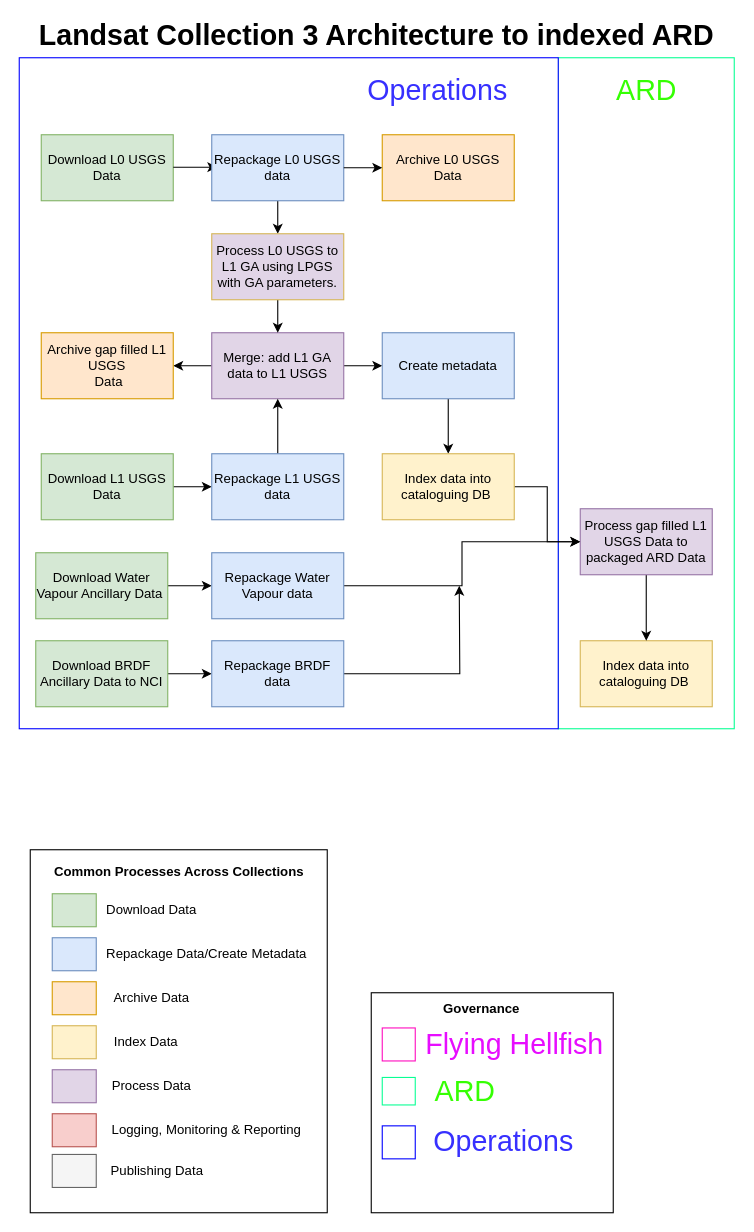
Above: collection3/c3dataflow.drawio in dunkgray/dea-document-images (draw.io), before the change. Source tidied: cells renumbered, new cells numbered last; positions are measured from the earlier drawing's top-left corner, leaving out a move shared by most shapes. Both pictures are drawn from the tidied source at 110%, with x=0, y=0 at pixel (19, 24).
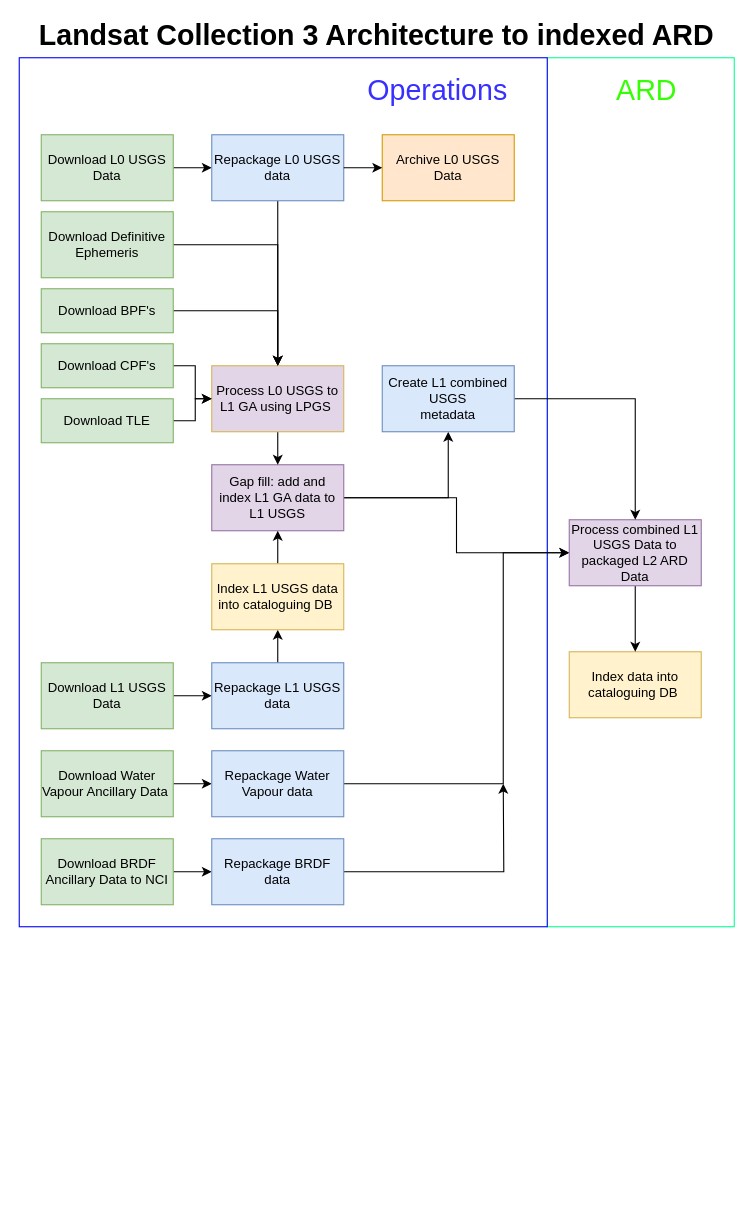
The same page after the edit.

Unchanged cells that the change refers to:
```xml
<mxCell id="45" value="Download L0 USGS Data" style="rounded=0;whiteSpace=wrap;html=1;fillColor=#d5e8d4;strokeColor=#82b366;" parent="1" vertex="1">
  <mxGeometry x="20" y="100" width="120" height="60" as="geometry" />
</mxCell>
<mxCell id="48" value="Repackage L0 USGS data" style="rounded=0;whiteSpace=wrap;html=1;fillColor=#dae8fc;strokeColor=#6c8ebf;" parent="1" vertex="1">
  <mxGeometry x="175" y="100" width="120" height="60" as="geometry" />
</mxCell>
```

Diff of the diagram source:
```diff
@@
     <mxCell id="2" style="rounded=0;whiteSpace=wrap;html=1;labelBackgroundColor=none;fontSize=26;strokeColor=#08FF94;" parent="1" vertex="1">
-      <mxGeometry x="490" y="30" width="160" height="610" as="geometry" />
+      <mxGeometry x="480" y="30" width="170" height="790" as="geometry" />
     </mxCell>
     <mxCell id="3" style="rounded=0;whiteSpace=wrap;html=1;labelBackgroundColor=none;fontSize=26;strokeColor=#0000FF;" parent="1" vertex="1">
-      <mxGeometry y="30" width="490" height="610" as="geometry" />
+      <mxGeometry y="30" width="480" height="790" as="geometry" />
     </mxCell>
@@
     <mxCell id="6" value="Download Water Vapour Ancillary Data&amp;nbsp;" style="rounded=0;whiteSpace=wrap;html=1;fillColor=#d5e8d4;strokeColor=#82b366;" parent="1" vertex="1">
-      <mxGeometry x="15" y="480" width="120" height="60" as="geometry" />
+      <mxGeometry x="20" y="660" width="120" height="60" as="geometry" />
     </mxCell>
     <mxCell id="7" style="edgeStyle=orthogonalEdgeStyle;rounded=0;jettySize=auto;html=1;" parent="1" edge="1" source="8" target="57">
-      <mxGeometry relative="1" as="geometry" />
+      <mxGeometry relative="1" as="geometry">
+        <Array as="points">
+          <mxPoint x="440" y="690" />
+          <mxPoint x="440" y="480" />
+        </Array>
+      </mxGeometry>
     </mxCell>
     <mxCell id="8" value="Repackage Water Vapour data" style="rounded=0;whiteSpace=wrap;html=1;fillColor=#dae8fc;strokeColor=#6c8ebf;" parent="1" vertex="1">
-      <mxGeometry x="175" y="480" width="120" height="60" as="geometry" />
+      <mxGeometry x="175" y="660" width="120" height="60" as="geometry" />
     </mxCell>
     <mxCell id="9" value="Index data into cataloguing DB&amp;nbsp;" style="rounded=0;whiteSpace=wrap;html=1;fillColor=#fff2cc;strokeColor=#d6b656;" parent="1" vertex="1">
-      <mxGeometry x="510" y="560" width="120" height="60" as="geometry" />
+      <mxGeometry x="500" y="570" width="120" height="60" as="geometry" />
     </mxCell>
@@
     <mxCell id="11" value="Download BRDF Ancillary Data to NCI" style="rounded=0;whiteSpace=wrap;html=1;fillColor=#d5e8d4;strokeColor=#82b366;" parent="1" vertex="1">
-      <mxGeometry x="15" y="560" width="120" height="60" as="geometry" />
+      <mxGeometry x="20" y="740" width="120" height="60" as="geometry" />
     </mxCell>
-    <mxCell id="12" style="edgeStyle=orthogonalEdgeStyle;rounded=0;jettySize=auto;html=1;exitX=1;exitY=0.5;exitDx=0;exitDy=0;" parent="1" edge="1" source="13">
-      <mxGeometry relative="1" as="geometry">
-        <mxPoint x="400" y="510" as="targetPoint" />
-      </mxGeometry>
-    </mxCell>
+    <mxCell id="62" style="edgeStyle=orthogonalEdgeStyle;rounded=0;jettySize=auto;html=1;" parent="1" edge="1" source="13">
+      <mxGeometry relative="1" as="geometry">
+        <mxPoint x="440" y="690" as="targetPoint" />
+      </mxGeometry>
+    </mxCell>
     <mxCell id="13" value="Repackage BRDF data" style="rounded=0;whiteSpace=wrap;html=1;fillColor=#dae8fc;strokeColor=#6c8ebf;" parent="1" vertex="1">
-      <mxGeometry x="175" y="560" width="120" height="60" as="geometry" />
+      <mxGeometry x="175" y="740" width="120" height="60" as="geometry" />
     </mxCell>
-    <mxCell id="14" style="edgeStyle=orthogonalEdgeStyle;rounded=0;jettySize=auto;html=1;" parent="1" edge="1" source="16" target="34">
-      <mxGeometry relative="1" as="geometry" />
-    </mxCell>
@@
+    <mxCell id="63" style="edgeStyle=orthogonalEdgeStyle;rounded=0;jettySize=auto;html=1;" parent="1" edge="1" source="16" target="57">
+      <mxGeometry relative="1" as="geometry" />
+    </mxCell>
-    <mxCell id="16" value="&lt;span id=&quot;docs-internal-guid-347685b5-7fff-a14c-e350-477d4d46355e&quot;&gt;&lt;span style=&quot;background-color: transparent ; vertical-align: baseline&quot;&gt;&lt;font style=&quot;font-size: 12px&quot;&gt;Merge: add L1 GA data to L1 USGS &lt;/font&gt;&lt;/span&gt;&lt;/span&gt;" style="rounded=0;whiteSpace=wrap;html=1;fillColor=#e1d5e7;strokeColor=#9673a6;" parent="1" vertex="1">
-      <mxGeometry x="175" y="280" width="120" height="60" as="geometry" />
+    <mxCell id="16" value="&lt;span id=&quot;docs-internal-guid-347685b5-7fff-a14c-e350-477d4d46355e&quot;&gt;&lt;span style=&quot;background-color: transparent ; vertical-align: baseline&quot;&gt;&lt;font style=&quot;font-size: 12px&quot;&gt;Gap fill: add and index L1 GA data to L1 USGS&lt;/font&gt;&lt;/span&gt;&lt;/span&gt;" style="rounded=0;whiteSpace=wrap;html=1;fillColor=#e1d5e7;strokeColor=#9673a6;" parent="1" vertex="1">
+      <mxGeometry x="175" y="400" width="120" height="60" as="geometry" />
     </mxCell>
-    <mxCell id="17" style="rounded=0;whiteSpace=wrap;html=1;labelPosition=center;verticalLabelPosition=middle;align=center;verticalAlign=middle;" parent="1" vertex="1">
-      <mxGeometry x="10" y="750" width="270" height="330" as="geometry" />
-    </mxCell>
-    <mxCell id="18" value="Common Processes Across Collections" style="text;html=1;align=center;verticalAlign=middle;fontStyle=1;" parent="1" vertex="1">
-      <mxGeometry x="25" y="760" width="240" height="20" as="geometry" />
-    </mxCell>
-    <mxCell id="19" style="rounded=0;whiteSpace=wrap;html=1;labelBackgroundColor=none;fillColor=#d5e8d4;strokeColor=#82b366;" parent="1" vertex="1">
-      <mxGeometry x="30" y="790" width="40" height="30" as="geometry" />
-    </mxCell>
-    <mxCell id="20" value="Download Data" style="text;html=1;align=center;verticalAlign=middle;" parent="1" vertex="1">
-      <mxGeometry x="70" y="795" width="100" height="20" as="geometry" />
-    </mxCell>
-    <mxCell id="21" style="rounded=0;whiteSpace=wrap;html=1;fillColor=#dae8fc;strokeColor=#6c8ebf;" parent="1" vertex="1">
-      <mxGeometry x="30" y="830" width="40" height="30" as="geometry" />
-    </mxCell>
-    <mxCell id="22" value="Repackage Data/Create Metadata" style="text;html=1;align=center;verticalAlign=middle;" parent="1" vertex="1">
-      <mxGeometry x="70" y="835" width="200" height="20" as="geometry" />
-    </mxCell>
-    <mxCell id="23" style="rounded=0;whiteSpace=wrap;html=1;fillColor=#ffe6cc;strokeColor=#d79b00;" parent="1" vertex="1">
-      <mxGeometry x="30" y="870" width="40" height="30" as="geometry" />
-    </mxCell>
-    <mxCell id="24" value="Archive Data" style="text;html=1;align=center;verticalAlign=middle;" parent="1" vertex="1">
-      <mxGeometry x="80" y="875" width="80" height="20" as="geometry" />
-    </mxCell>
-    <mxCell id="25" style="rounded=0;whiteSpace=wrap;html=1;fillColor=#fff2cc;strokeColor=#d6b656;" parent="1" vertex="1">
-      <mxGeometry x="30" y="910" width="40" height="30" as="geometry" />
-    </mxCell>
-    <mxCell id="26" value="Index Data" style="text;html=1;align=center;verticalAlign=middle;" parent="1" vertex="1">
-      <mxGeometry x="80" y="915" width="70" height="20" as="geometry" />
-    </mxCell>
-    <mxCell id="27" style="rounded=0;whiteSpace=wrap;html=1;fillColor=#e1d5e7;strokeColor=#9673a6;" parent="1" vertex="1">
-      <mxGeometry x="30" y="950" width="40" height="30" as="geometry" />
-    </mxCell>
-    <mxCell id="28" value="Process Data" style="text;html=1;align=center;verticalAlign=middle;" parent="1" vertex="1">
-      <mxGeometry x="75" y="955" width="90" height="20" as="geometry" />
-    </mxCell>
-    <mxCell id="29" style="rounded=0;whiteSpace=wrap;html=1;fillColor=#f8cecc;strokeColor=#b85450;" parent="1" vertex="1">
-      <mxGeometry x="30" y="990" width="40" height="30" as="geometry" />
-    </mxCell>
-    <mxCell id="30" value="Logging, Monitoring &amp;amp; Reporting" style="text;html=1;align=center;verticalAlign=middle;" parent="1" vertex="1">
-      <mxGeometry x="75" y="995" width="190" height="20" as="geometry" />
-    </mxCell>
-    <mxCell id="31" style="rounded=0;whiteSpace=wrap;html=1;fillColor=#f5f5f5;strokeColor=#666666;fontColor=#333333;" parent="1" vertex="1">
-      <mxGeometry x="30" y="1027" width="40" height="30" as="geometry" />
-    </mxCell>
-    <mxCell id="32" value="Publishing Data" style="text;html=1;align=center;verticalAlign=middle;" parent="1" vertex="1">
-      <mxGeometry x="75" y="1032" width="100" height="20" as="geometry" />
-    </mxCell>
@@
-    <mxCell id="34" value="Archive gap filled L1 USGS&lt;br&gt;&amp;nbsp;Data" style="rounded=0;whiteSpace=wrap;html=1;fillColor=#ffe6cc;strokeColor=#d79b00;" parent="1" vertex="1">
-      <mxGeometry x="20" y="280" width="120" height="60" as="geometry" />
-    </mxCell>
@@
-    <mxCell id="37" style="rounded=0;whiteSpace=wrap;html=1;labelPosition=center;verticalLabelPosition=middle;align=center;verticalAlign=middle;" parent="1" vertex="1">
-      <mxGeometry x="320" y="880" width="220" height="200" as="geometry" />
-    </mxCell>
-    <mxCell id="38" value="Governance" style="text;html=1;align=center;verticalAlign=middle;fontStyle=1;" parent="1" vertex="1">
-      <mxGeometry x="380" y="885" width="80" height="20" as="geometry" />
-    </mxCell>
-    <mxCell id="39" style="rounded=0;whiteSpace=wrap;html=1;labelBackgroundColor=none;fontSize=26;strokeColor=#FF0ABE;" parent="1" vertex="1">
-      <mxGeometry x="330" y="912" width="30" height="30" as="geometry" />
-    </mxCell>
-    <mxCell id="40" style="rounded=0;whiteSpace=wrap;html=1;labelBackgroundColor=none;fontSize=26;strokeColor=#08FF94;" parent="1" vertex="1">
-      <mxGeometry x="330" y="957" width="30" height="25" as="geometry" />
-    </mxCell>
-    <mxCell id="41" style="rounded=0;whiteSpace=wrap;html=1;labelBackgroundColor=none;fontSize=26;strokeColor=#0000FF;" parent="1" vertex="1">
-      <mxGeometry x="330" y="1001" width="30" height="30" as="geometry" />
-    </mxCell>
-    <mxCell id="42" value="&lt;font color=&quot;#e70dff&quot;&gt;Flying Hellfish&lt;br&gt;&lt;/font&gt;" style="text;html=1;align=center;verticalAlign=middle;fontSize=26;fontStyle=0;fontColor=#35FF03;" parent="1" vertex="1">
-      <mxGeometry x="360" y="907" width="180" height="40" as="geometry" />
-    </mxCell>
-    <mxCell id="43" value="&lt;font color=&quot;#3730ff&quot;&gt;Operations&lt;/font&gt;" style="text;html=1;align=center;verticalAlign=middle;fontSize=26;fontStyle=0;" parent="1" vertex="1">
-      <mxGeometry x="370" y="995" width="140" height="40" as="geometry" />
-    </mxCell>
-    <mxCell id="44" value="&lt;font&gt;ARD&lt;/font&gt;" style="text;html=1;align=center;verticalAlign=middle;fontSize=26;fontStyle=0;fontColor=#35FF03;" parent="1" vertex="1">
-      <mxGeometry x="370" y="950" width="70" height="40" as="geometry" />
-    </mxCell>
+    <mxCell id="64" style="edgeStyle=orthogonalEdgeStyle;rounded=0;jettySize=auto;html=1;" parent="1" edge="1" source="45" target="48">
+      <mxGeometry relative="1" as="geometry" />
+    </mxCell>
@@
-    <mxCell id="46" style="endArrow=classic;html=1;exitX=1;exitY=0.5;exitDx=0;exitDy=0;" parent="1" edge="1">
-      <mxGeometry relative="1" as="geometry">
-        <mxPoint x="140" y="129.5" as="sourcePoint" />
-        <mxPoint x="180" y="129.5" as="targetPoint" />
-      </mxGeometry>
-    </mxCell>
@@
-    <mxCell id="50" value="&lt;span id=&quot;docs-internal-guid-3314e49b-7fff-0ffe-2a96-ce71aa8f381f&quot;&gt;&lt;span style=&quot;background-color: transparent ; vertical-align: baseline&quot;&gt;&lt;font style=&quot;font-size: 12px&quot;&gt;Process L0 USGS to L1 GA using LPGS with GA parameters.&lt;/font&gt;&lt;/span&gt;&lt;/span&gt;" style="rounded=0;whiteSpace=wrap;html=1;fillColor=#e1d5e7;strokeColor=#d6b656;" parent="1" vertex="1">
-      <mxGeometry x="175" y="190" width="120" height="60" as="geometry" />
+    <mxCell id="50" value="&lt;span id=&quot;docs-internal-guid-3314e49b-7fff-0ffe-2a96-ce71aa8f381f&quot;&gt;&lt;span style=&quot;background-color: transparent ; vertical-align: baseline&quot;&gt;&lt;font style=&quot;font-size: 12px&quot;&gt;Process L0 USGS to L1 GA using LPGS&amp;nbsp;&lt;/font&gt;&lt;/span&gt;&lt;/span&gt;" style="rounded=0;whiteSpace=wrap;html=1;fillColor=#e1d5e7;strokeColor=#d6b656;" parent="1" vertex="1">
+      <mxGeometry x="175" y="310" width="120" height="60" as="geometry" />
     </mxCell>
@@
     <mxCell id="53" value="Download L1 USGS Data" style="rounded=0;whiteSpace=wrap;html=1;fillColor=#d5e8d4;strokeColor=#82b366;" parent="1" vertex="1">
-      <mxGeometry x="20" y="390" width="120" height="60" as="geometry" />
+      <mxGeometry x="20" y="580" width="120" height="60" as="geometry" />
     </mxCell>
-    <mxCell id="54" style="edgeStyle=orthogonalEdgeStyle;rounded=0;jettySize=auto;html=1;" parent="1" edge="1" source="55" target="16">
-      <mxGeometry relative="1" as="geometry" />
-    </mxCell>
+    <mxCell id="65" style="edgeStyle=orthogonalEdgeStyle;rounded=0;jettySize=auto;html=1;entryX=0.5;entryY=1;entryDx=0;entryDy=0;" parent="1" edge="1" source="55" target="68">
+      <mxGeometry relative="1" as="geometry" />
+    </mxCell>
     <mxCell id="55" value="Repackage L1 USGS data" style="rounded=0;whiteSpace=wrap;html=1;fillColor=#dae8fc;strokeColor=#6c8ebf;" parent="1" vertex="1">
-      <mxGeometry x="175" y="390" width="120" height="60" as="geometry" />
+      <mxGeometry x="175" y="580" width="120" height="60" as="geometry" />
     </mxCell>
@@
-    <mxCell id="57" value="Process gap filled L1 USGS Data to packaged ARD Data" style="rounded=0;whiteSpace=wrap;html=1;fillColor=#e1d5e7;strokeColor=#9673a6;" parent="1" vertex="1">
-      <mxGeometry x="510" y="440" width="120" height="60" as="geometry" />
+    <mxCell id="57" value="Process combined L1 USGS Data to packaged L2 ARD Data" style="rounded=0;whiteSpace=wrap;html=1;fillColor=#e1d5e7;strokeColor=#9673a6;" parent="1" vertex="1">
+      <mxGeometry x="500" y="450" width="120" height="60" as="geometry" />
     </mxCell>
-    <mxCell id="58" style="edgeStyle=orthogonalEdgeStyle;rounded=0;jettySize=auto;html=1;" parent="1" edge="1" source="59" target="61">
-      <mxGeometry relative="1" as="geometry" />
-    </mxCell>
+    <mxCell id="66" style="edgeStyle=orthogonalEdgeStyle;rounded=0;jettySize=auto;html=1;" parent="1" edge="1" source="59" target="57">
+      <mxGeometry relative="1" as="geometry" />
+    </mxCell>
-    <mxCell id="59" value="Create metadata" style="rounded=0;whiteSpace=wrap;html=1;fillColor=#dae8fc;strokeColor=#6c8ebf;" parent="1" vertex="1">
-      <mxGeometry x="330" y="280" width="120" height="60" as="geometry" />
+    <mxCell id="59" value="Create L1 combined USGS &lt;br&gt;metadata" style="rounded=0;whiteSpace=wrap;html=1;fillColor=#dae8fc;strokeColor=#6c8ebf;" parent="1" vertex="1">
+      <mxGeometry x="330" y="310" width="120" height="60" as="geometry" />
     </mxCell>
-    <mxCell id="60" style="edgeStyle=orthogonalEdgeStyle;rounded=0;jettySize=auto;html=1;" parent="1" edge="1" source="61" target="57">
-      <mxGeometry relative="1" as="geometry" />
-    </mxCell>
-    <mxCell id="61" value="Index data into cataloguing DB&amp;nbsp;" style="rounded=0;whiteSpace=wrap;html=1;fillColor=#fff2cc;strokeColor=#d6b656;" parent="1" vertex="1">
-      <mxGeometry x="330" y="390" width="120" height="60" as="geometry" />
-    </mxCell>
+    <mxCell id="67" style="edgeStyle=orthogonalEdgeStyle;rounded=0;jettySize=auto;html=1;" parent="1" edge="1" source="68" target="16">
+      <mxGeometry relative="1" as="geometry" />
+    </mxCell>
+    <mxCell id="68" value="Index L1 USGS data into cataloguing DB&amp;nbsp;" style="rounded=0;whiteSpace=wrap;html=1;fillColor=#fff2cc;strokeColor=#d6b656;" parent="1" vertex="1">
+      <mxGeometry x="175" y="490" width="120" height="60" as="geometry" />
+    </mxCell>
+    <mxCell id="69" style="edgeStyle=orthogonalEdgeStyle;rounded=0;jettySize=auto;html=1;" parent="1" edge="1" source="70" target="50">
+      <mxGeometry relative="1" as="geometry" />
+    </mxCell>
+    <mxCell id="70" value="Download BPF's" style="rounded=0;whiteSpace=wrap;html=1;fillColor=#d5e8d4;strokeColor=#82b366;" parent="1" vertex="1">
+      <mxGeometry x="20" y="240" width="120" height="40" as="geometry" />
+    </mxCell>
+    <mxCell id="71" style="edgeStyle=orthogonalEdgeStyle;rounded=0;jettySize=auto;html=1;" parent="1" edge="1" source="72" target="50">
+      <mxGeometry relative="1" as="geometry" />
+    </mxCell>
+    <mxCell id="72" value="Download Definitive Ephemeris" style="rounded=0;whiteSpace=wrap;html=1;fillColor=#d5e8d4;strokeColor=#82b366;" parent="1" vertex="1">
+      <mxGeometry x="20" y="170" width="120" height="60" as="geometry" />
+    </mxCell>
+    <mxCell id="73" style="edgeStyle=orthogonalEdgeStyle;rounded=0;jettySize=auto;html=1;" parent="1" edge="1" source="74" target="50">
+      <mxGeometry relative="1" as="geometry" />
+    </mxCell>
+    <mxCell id="74" value="Download CPF's" style="rounded=0;whiteSpace=wrap;html=1;fillColor=#d5e8d4;strokeColor=#82b366;" parent="1" vertex="1">
+      <mxGeometry x="20" y="290" width="120" height="40" as="geometry" />
+    </mxCell>
+    <mxCell id="75" style="edgeStyle=orthogonalEdgeStyle;rounded=0;jettySize=auto;html=1;" parent="1" edge="1" source="76" target="50">
+      <mxGeometry relative="1" as="geometry" />
+    </mxCell>
+    <mxCell id="76" value="Download TLE" style="rounded=0;whiteSpace=wrap;html=1;fillColor=#d5e8d4;strokeColor=#82b366;" parent="1" vertex="1">
+      <mxGeometry x="20" y="340" width="120" height="40" as="geometry" />
+    </mxCell>
```
